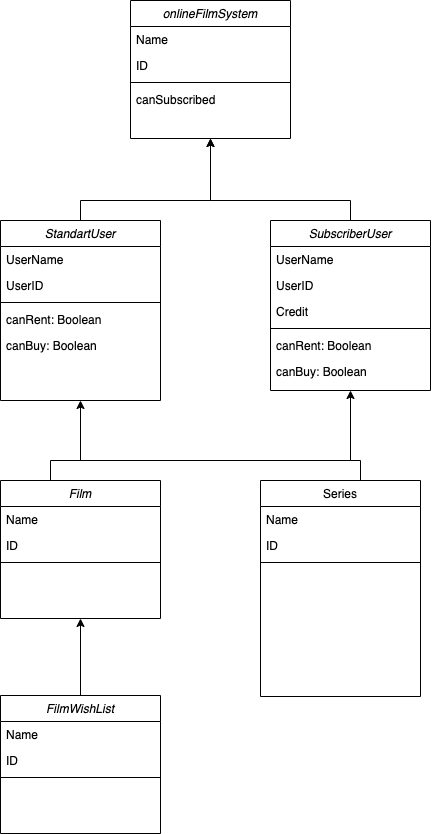
Before: OnlineFilmAndSeries.drawio.png, a diagram exported from draw.io (tgbirmak/patika.dev-Projeler). Source tidied: cells renumbered, new cells last; positions are measured from the earlier drawing's top-left corner, leaving out a move shared by most shapes.
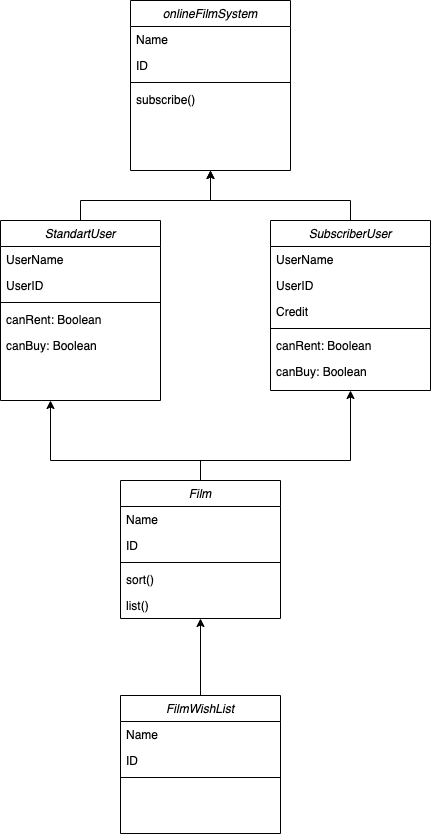
The same file after the commit.

Change to the diagram source:
```diff
@@ -3,7 +3,7 @@
     <mxCell id="0" />
     <mxCell id="1" parent="0" />
     <mxCell id="2" value="Film" style="swimlane;fontStyle=2;align=center;verticalAlign=top;horizontal=1;startSize=26;rounded=0;shadow=0;strokeWidth=1;" parent="1" vertex="1">
-      <mxGeometry y="480" width="160" height="138" as="geometry" />
+      <mxGeometry x="120" y="480" width="160" height="138" as="geometry" />
     </mxCell>
     <mxCell id="3" value="Name" style="text;align=left;verticalAlign=top;spacingLeft=4;spacingRight=4;overflow=hidden;" parent="2" vertex="1">
       <mxGeometry y="26" width="160" height="26" as="geometry" />
@@ -14,18 +14,12 @@
     <mxCell id="5" style="line;html=1;strokeWidth=1;align=left;verticalAlign=middle;spacingTop=-1;spacingLeft=3;spacingRight=3;labelPosition=right;" parent="2" vertex="1">
       <mxGeometry y="78" width="160" height="8" as="geometry" />
     </mxCell>
-    <mxCell id="6" value="Series" style="swimlane;fontStyle=0;align=center;verticalAlign=top;horizontal=1;startSize=26;rounded=0;shadow=0;strokeWidth=1;" parent="1" vertex="1">
-      <mxGeometry x="260" y="480" width="160" height="216" as="geometry" />
-    </mxCell>
-    <mxCell id="7" value="Name" style="text;align=left;verticalAlign=top;spacingLeft=4;spacingRight=4;overflow=hidden;rounded=0;shadow=0;html=0;" parent="6" vertex="1">
-      <mxGeometry y="26" width="160" height="26" as="geometry" />
-    </mxCell>
-    <mxCell id="8" value="ID" style="text;align=left;verticalAlign=top;spacingLeft=4;spacingRight=4;overflow=hidden;rounded=0;shadow=0;html=0;" parent="6" vertex="1">
-      <mxGeometry y="52" width="160" height="26" as="geometry" />
-    </mxCell>
-    <mxCell id="9" style="line;html=1;strokeWidth=1;align=left;verticalAlign=middle;spacingTop=-1;spacingLeft=3;spacingRight=3;labelPosition=right;" parent="6" vertex="1">
-      <mxGeometry y="78" width="160" height="8" as="geometry" />
-    </mxCell>
+    <mxCell id="37" value="sort()" style="text;align=left;verticalAlign=top;spacingLeft=4;spacingRight=4;overflow=hidden;rounded=0;shadow=0;html=0;" parent="2" vertex="1">
+      <mxGeometry y="86" width="160" height="26" as="geometry" />
+    </mxCell>
+    <mxCell id="38" value="list()" style="text;align=left;verticalAlign=top;spacingLeft=4;spacingRight=4;overflow=hidden;rounded=0;shadow=0;html=0;" parent="2" vertex="1">
+      <mxGeometry y="112" width="160" height="26" as="geometry" />
+    </mxCell>
     <mxCell id="10" value="SubscriberUser" style="swimlane;fontStyle=2;align=center;verticalAlign=top;horizontal=1;startSize=26;rounded=0;shadow=0;strokeWidth=1;" parent="1" vertex="1">
       <mxGeometry x="270" y="220" width="160" height="170" as="geometry" />
     </mxCell>
@@ -66,7 +60,7 @@
       <mxGeometry y="112" width="160" height="26" as="geometry" />
     </mxCell>
     <mxCell id="23" value="FilmWishList" style="swimlane;fontStyle=2;align=center;verticalAlign=top;horizontal=1;startSize=26;rounded=0;shadow=0;strokeWidth=1;" parent="1" vertex="1">
-      <mxGeometry y="695" width="160" height="138" as="geometry" />
+      <mxGeometry x="120" y="695" width="160" height="138" as="geometry" />
     </mxCell>
     <mxCell id="24" value="Name" style="text;align=left;verticalAlign=top;spacingLeft=4;spacingRight=4;overflow=hidden;" parent="23" vertex="1">
       <mxGeometry y="26" width="160" height="26" as="geometry" />
@@ -78,7 +72,7 @@
       <mxGeometry y="78" width="160" height="8" as="geometry" />
     </mxCell>
     <mxCell id="27" value="onlineFilmSystem" style="swimlane;fontStyle=2;align=center;verticalAlign=top;horizontal=1;startSize=26;rounded=0;shadow=0;strokeWidth=1;" parent="1" vertex="1">
-      <mxGeometry x="130" width="160" height="138" as="geometry" />
+      <mxGeometry x="130" width="160" height="170" as="geometry" />
     </mxCell>
     <mxCell id="28" value="Name" style="text;align=left;verticalAlign=top;spacingLeft=4;spacingRight=4;overflow=hidden;" parent="27" vertex="1">
       <mxGeometry y="26" width="160" height="26" as="geometry" />
@@ -89,7 +83,7 @@
     <mxCell id="30" style="line;html=1;strokeWidth=1;align=left;verticalAlign=middle;spacingTop=-1;spacingLeft=3;spacingRight=3;labelPosition=right;" parent="27" vertex="1">
       <mxGeometry y="78" width="160" height="8" as="geometry" />
     </mxCell>
-    <mxCell id="31" value="canSubscribed" style="text;align=left;verticalAlign=top;spacingLeft=4;spacingRight=4;overflow=hidden;rounded=0;shadow=0;html=0;" parent="27" vertex="1">
+    <mxCell id="31" value="subscribe()" style="text;align=left;verticalAlign=top;spacingLeft=4;spacingRight=4;overflow=hidden;rounded=0;shadow=0;html=0;" parent="27" vertex="1">
       <mxGeometry y="86" width="160" height="26" as="geometry" />
     </mxCell>
     <mxCell id="32" style="endArrow=classic;html=1;rounded=0;entryX=0.5;entryY=1;entryDx=0;entryDy=0;exitX=0.5;exitY=0;exitDx=0;exitDy=0;" parent="1" edge="1" source="17" target="27">
@@ -110,25 +104,29 @@
     </mxCell>
     <mxCell id="34" style="endArrow=classic;html=1;rounded=0;entryX=0.5;entryY=1;entryDx=0;entryDy=0;" parent="1" edge="1" target="10">
       <mxGeometry relative="1" as="geometry">
-        <mxPoint x="50" y="480" as="sourcePoint" />
+        <mxPoint x="50" y="460" as="sourcePoint" />
         <Array as="points">
           <mxPoint x="50" y="460" />
           <mxPoint x="350" y="460" />
         </Array>
       </mxGeometry>
     </mxCell>
-    <mxCell id="35" style="endArrow=classic;html=1;rounded=0;entryX=0.5;entryY=1;entryDx=0;entryDy=0;exitX=0.5;exitY=0;exitDx=0;exitDy=0;" parent="1" edge="1" target="17">
-      <mxGeometry relative="1" as="geometry">
-        <mxPoint x="360" y="480" as="sourcePoint" />
-        <Array as="points">
-          <mxPoint x="360" y="460" />
-          <mxPoint x="350" y="460" />
-          <mxPoint x="80" y="460" />
-        </Array>
-      </mxGeometry>
-    </mxCell>
     <mxCell id="36" style="endArrow=classic;html=1;rounded=0;exitX=0.5;exitY=0;exitDx=0;exitDy=0;entryX=0.5;entryY=1;entryDx=0;entryDy=0;" parent="1" edge="1" source="23" target="2">
       <mxGeometry relative="1" as="geometry" />
     </mxCell>
+    <mxCell id="39" style="endArrow=classic;html=1;rounded=0;" parent="1" edge="1">
+      <mxGeometry relative="1" as="geometry">
+        <mxPoint x="50" y="460" as="sourcePoint" />
+        <mxPoint x="50" y="400" as="targetPoint" />
+        <Array as="points">
+          <mxPoint x="50" y="460" />
+        </Array>
+      </mxGeometry>
+    </mxCell>
+    <mxCell id="40" style="endArrow=none;html=1;rounded=0;exitX=0.5;exitY=0;exitDx=0;exitDy=0;" parent="1" edge="1" source="2">
+      <mxGeometry relative="1" as="geometry">
+        <mxPoint x="200" y="460" as="targetPoint" />
+      </mxGeometry>
+    </mxCell>
   </root>
 </mxGraphModel>
```
